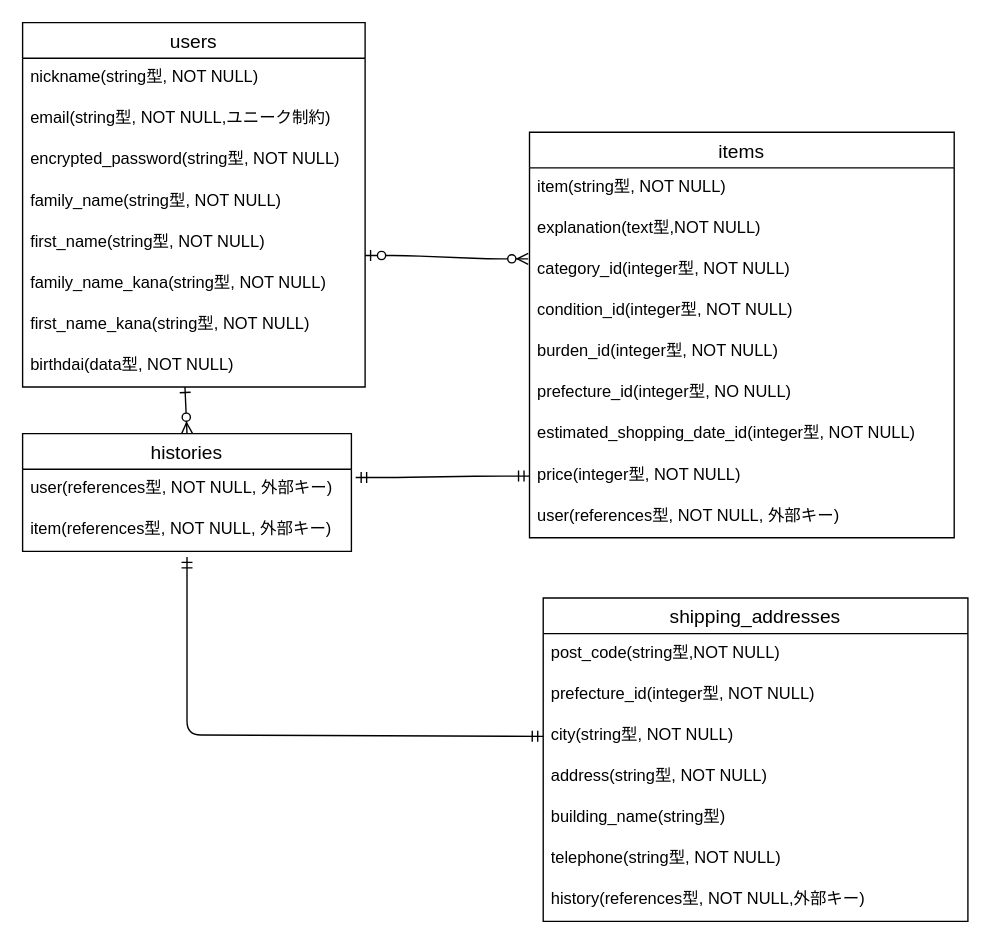
hirashige/furima-40175 keeps this draw.io diagram as ER.dio. Above is the earlier version. Source tidied: cells renumbered, new cells numbered last; positions are measured from the earlier drawing's top-left corner, leaving out a move shared by most shapes. Both pictures are drawn from the tidied source at 137%, with x=0, y=0 at pixel (22, 22).
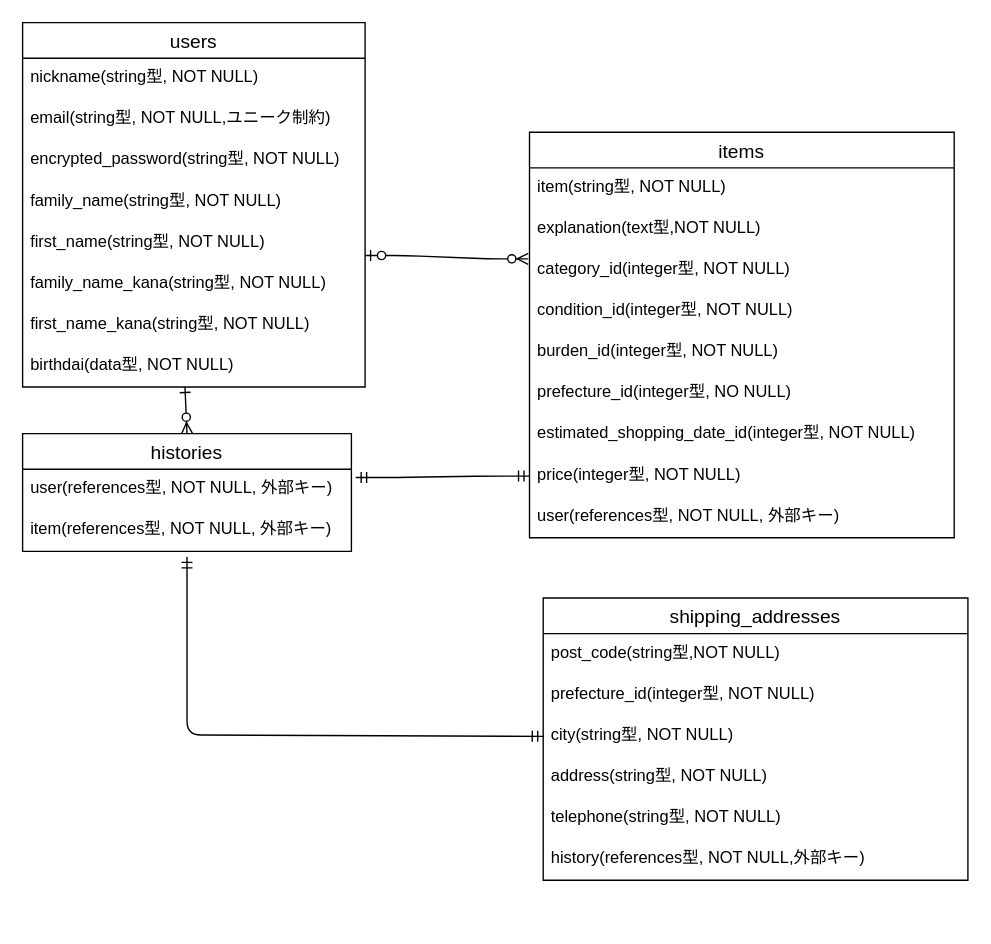
After the change.

Commit message (it also covers changes not shown here):
ER図とREEDMEの修正

What changed in the source:
```diff
@@
     <mxCell id="25" value="shipping_addresses" style="swimlane;fontStyle=0;horizontal=1;startSize=26;align=center;fontSize=14;" parent="1" vertex="1">
-      <mxGeometry x="380" y="420" width="310" height="236" as="geometry" />
+      <mxGeometry x="380" y="420" width="310" height="206" as="geometry" />
     </mxCell>
@@
-    <mxCell id="30" value="building_name(string型)" style="text;strokeColor=none;fillColor=none;spacingLeft=4;spacingRight=4;overflow=hidden;fontSize=12;" parent="25" vertex="1">
-      <mxGeometry y="146" width="310" height="30" as="geometry" />
-    </mxCell>
     <mxCell id="31" value="telephone(string型, NOT NULL)" style="text;strokeColor=none;fillColor=none;spacingLeft=4;spacingRight=4;overflow=hidden;fontSize=12;" parent="25" vertex="1">
-      <mxGeometry y="176" width="310" height="30" as="geometry" />
+      <mxGeometry y="146" width="310" height="30" as="geometry" />
     </mxCell>
     <mxCell id="32" value="history(references型, NOT NULL,外部キー)" style="text;strokeColor=none;fillColor=none;spacingLeft=4;spacingRight=4;overflow=hidden;fontSize=12;" parent="25" vertex="1">
-      <mxGeometry y="206" width="310" height="30" as="geometry" />
+      <mxGeometry y="176" width="310" height="30" as="geometry" />
     </mxCell>
```
